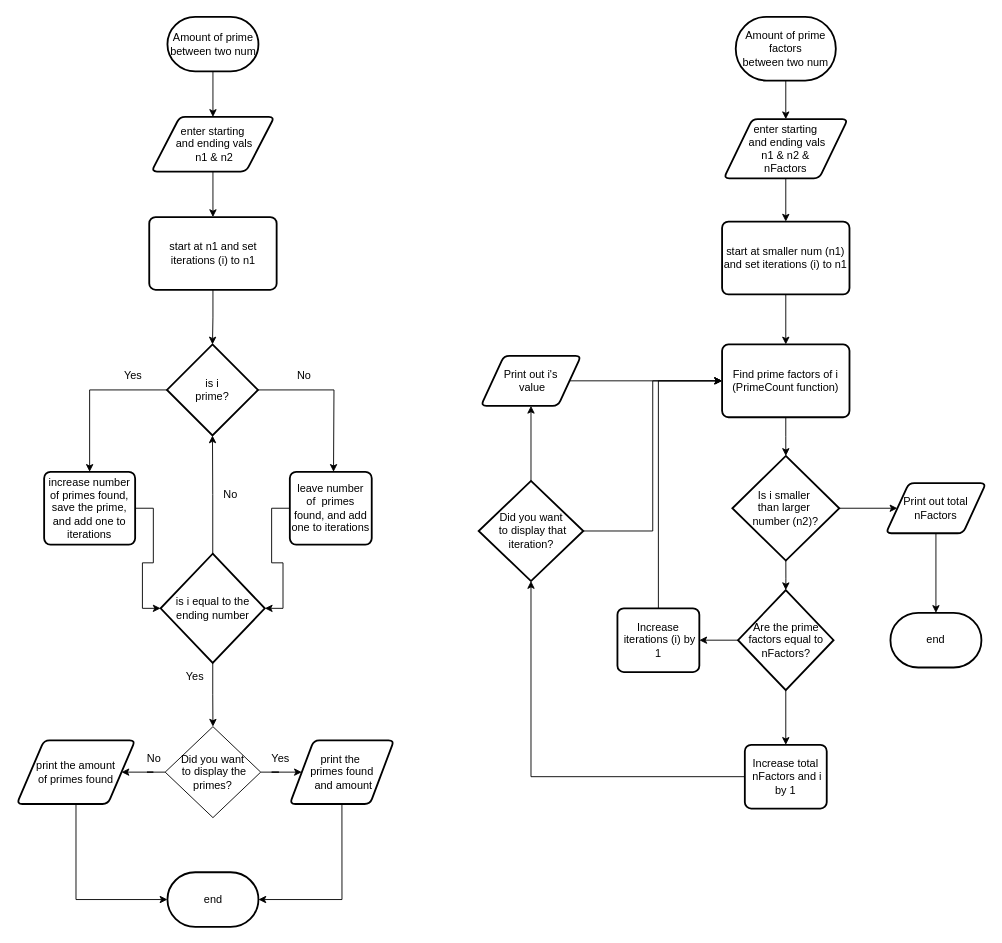
Earlier version of the draw.io diagram LAB5C2.drawio (Cheezy-Pizza/FlowChartFiles). Source tidied: cells renumbered, new cells numbered last; positions are measured from the earlier drawing's top-left corner, leaving out a move shared by most shapes. Both pictures are drawn from the tidied source at 91%, with x=0, y=0 at pixel (16, 16).
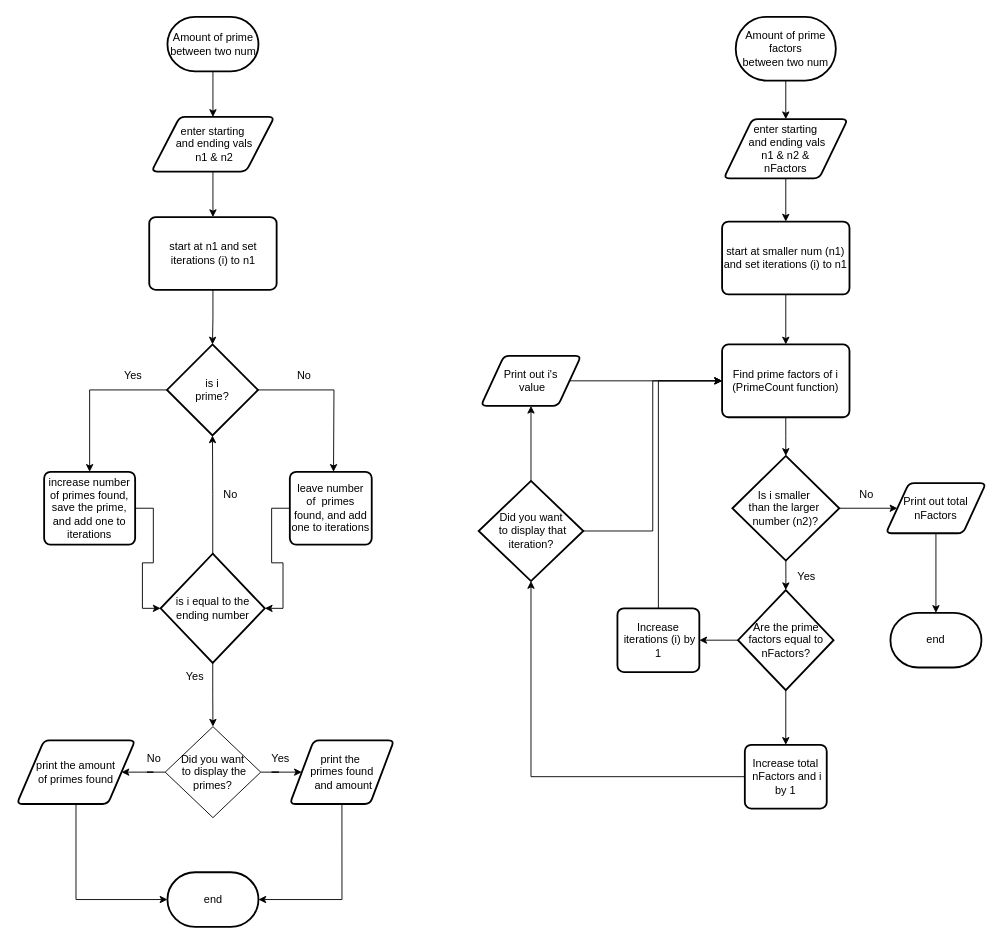
After the change.

What changed in the source:
```diff
@@
-    <mxCell id="54" value="&lt;div&gt;Is i smaller&amp;nbsp;&lt;/div&gt;&lt;div&gt;than larger&amp;nbsp;&lt;/div&gt;&lt;div&gt;number (n2)?&lt;/div&gt;" style="strokeWidth=2;html=1;shape=mxgraph.flowchart.decision;whiteSpace=wrap;" parent="1" vertex="1">
+    <mxCell id="54" value="&lt;div&gt;Is i smaller&amp;nbsp;&lt;/div&gt;&lt;div&gt;than the larger&amp;nbsp;&lt;/div&gt;&lt;div&gt;number (n2)?&lt;/div&gt;" style="strokeWidth=2;html=1;shape=mxgraph.flowchart.decision;whiteSpace=wrap;" parent="1" vertex="1">
       <mxGeometry x="786.3" y="482.5" width="117.5" height="115" as="geometry" />
     </mxCell>
@@
+    <mxCell id="59" value="&lt;div&gt;No&lt;/div&gt;" style="text;html=1;align=center;verticalAlign=middle;whiteSpace=wrap;rounded=0;" parent="1" vertex="1">
+      <mxGeometry x="903.8" y="510" width="60" height="30" as="geometry" />
+    </mxCell>
+    <mxCell id="60" value="Yes" style="text;html=1;align=center;verticalAlign=middle;whiteSpace=wrap;rounded=0;" parent="1" vertex="1">
+      <mxGeometry x="837.5" y="600" width="60" height="30" as="geometry" />
+    </mxCell>
```
